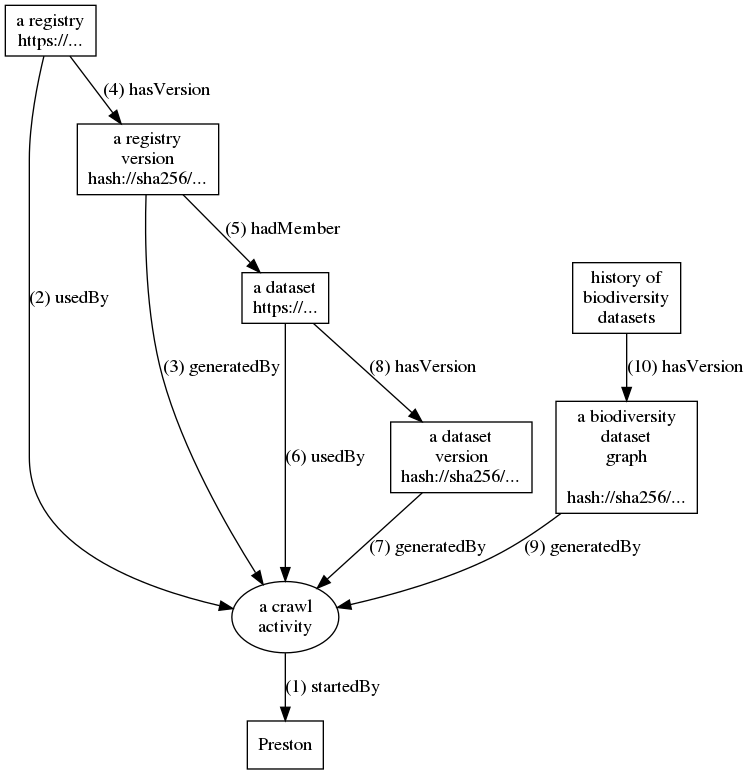
Above: process.png in bio-guoda/preston (Graphviz), before the change. Its source is kept beside it as process.dot.
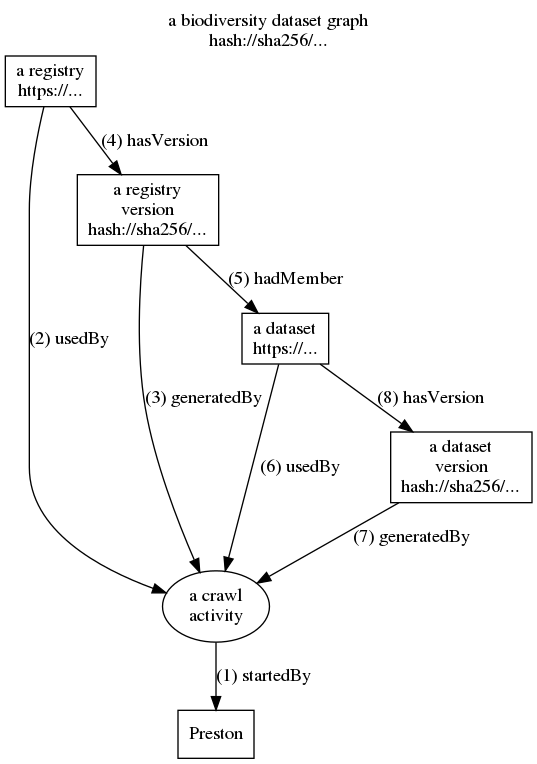
After the change.

Commit message:
experiment with figures

The edit, as a diff of the source:
```diff
@@ -1,27 +1,28 @@
-digraph test123 {
-    r [shape="box", label="a registry\nhttps://..."];
-    b [shape="box", label="history of\nbiodiversity\ndatasets"];
-    preston [shape="box", label="Preston"];
+digraph biodiversity_graph {
+      labelloc="t";
+      label="a biodiversity dataset graph\nhash://sha256/...";
 
-    a1 [label="a crawl\nactivity"];
-    a1 -> preston [label="(1) startedBy"];
+      r [shape="box", label="a registry\nhttps://..."];
+      preston [shape="box", label="Preston"];
 
-    r -> a1 [label="(2) usedBy"];
+      a1 [label="a crawl\nactivity"];
+      a1 -> preston [label="(1) startedBy"];
 
-    rv0 [shape="box", label="a registry\nversion\nhash://sha256/..."];
-    r -> rv0 [label="(4) hasVersion"];
-    rv0 -> a1 [label="(3) generatedBy"];
+      r -> a1 [label="(2) usedBy"];
 
-    d [shape="box", label="a dataset\nhttps://..."];
-    rv0 -> d [label="(5) hadMember"];
-    d -> a1 [label="(6) usedBy"];
+      rv0 [shape="box", label="a registry\nversion\nhash://sha256/..."];
+      r -> rv0 [label="(4) hasVersion"];
+      rv0 -> a1 [label="(3) generatedBy"];
 
-    dv0 [shape="box", label="a dataset\nversion\nhash://sha256/..."];
-    dv0 -> a1 [label="(7) generatedBy"];
+      d [shape="box", label="a dataset\nhttps://..."];
+      rv0 -> d [label="(5) hadMember"];
+      d -> a1 [label="(6) usedBy"];
 
-    d -> dv0 [label="(8) hasVersion"];
+      dv0 [shape="box", label="a dataset\nversion\nhash://sha256/..."];
+      dv0 -> a1 [label="(7) generatedBy"];
 
-    x1 [shape="box", label="a biodiversity\ndataset\ngraph\n\nhash://sha256/..."];
-    x1 -> a1 [label="(9) generatedBy"];
-    b -> x1 [shape="box", label="(10) hasVersion"];
+      d -> dv0 [label="(8) hasVersion"];
+
+
+
 }
```
